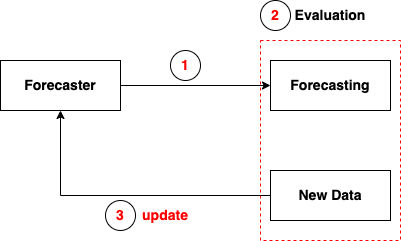
Before: DS/time_series/sktime/img/Forecasting_8.png, a diagram exported from draw.io (lin-chen-DLA/lin-chen-DLA.github.io). Source tidied: cells renumbered, new cells last; positions are measured from the earlier drawing's top-left corner, leaving out a move shared by most shapes. The source it was exported from:
```xml
<mxGraphModel>
  <root>
    <mxCell id="0" />
    <mxCell id="1" parent="0" />
    <mxCell id="2" value="&lt;font color=&quot;#ff0000&quot; style=&quot;font-size: 14px;&quot;&gt;&lt;b&gt;update&lt;/b&gt;&lt;/font&gt;" style="text;html=1;strokeColor=none;fillColor=none;align=center;verticalAlign=middle;whiteSpace=wrap;rounded=0;" parent="1" vertex="1">
      <mxGeometry x="135" y="200" width="60" height="30" as="geometry" />
    </mxCell>
    <mxCell id="3" style="edgeStyle=orthogonalEdgeStyle;rounded=0;jettySize=auto;html=1;entryX=0;entryY=0.5;entryDx=0;entryDy=0;" parent="1" edge="1" source="4" target="5">
      <mxGeometry relative="1" as="geometry" />
    </mxCell>
    <mxCell id="4" value="&lt;b style=&quot;border-color: var(--border-color); font-size: 14px;&quot;&gt;Forecaster&lt;/b&gt;" style="rounded=0;whiteSpace=wrap;html=1;" parent="1" vertex="1">
      <mxGeometry y="60" width="120" height="50" as="geometry" />
    </mxCell>
    <mxCell id="5" value="&lt;b style=&quot;border-color: var(--border-color); font-size: 14px;&quot;&gt;Forecasting&lt;/b&gt;" style="rounded=0;whiteSpace=wrap;html=1;" parent="1" vertex="1">
      <mxGeometry x="270" y="60" width="120" height="50" as="geometry" />
    </mxCell>
    <mxCell id="6" style="edgeStyle=orthogonalEdgeStyle;rounded=0;jettySize=auto;html=1;" parent="1" edge="1" source="7" target="4">
      <mxGeometry relative="1" as="geometry" />
    </mxCell>
    <mxCell id="7" value="&lt;b style=&quot;border-color: var(--border-color); font-size: 14px;&quot;&gt;New Data&lt;/b&gt;" style="rounded=0;whiteSpace=wrap;html=1;" parent="1" vertex="1">
      <mxGeometry x="270" y="170" width="120" height="50" as="geometry" />
    </mxCell>
    <mxCell id="8" style="rounded=0;whiteSpace=wrap;html=1;fillColor=none;dashed=1;strokeColor=#FF0000;" parent="1" vertex="1">
      <mxGeometry x="260" y="40" width="140" height="200" as="geometry" />
    </mxCell>
    <mxCell id="9" value="&lt;font style=&quot;font-size: 14px;&quot;&gt;&lt;b&gt;Evaluation&lt;/b&gt;&lt;/font&gt;" style="text;html=1;strokeColor=none;fillColor=none;align=center;verticalAlign=middle;whiteSpace=wrap;rounded=0;" parent="1" vertex="1">
      <mxGeometry x="290" width="80" height="30" as="geometry" />
    </mxCell>
    <mxCell id="10" value="&lt;font color=&quot;#ff0000&quot; style=&quot;font-size: 14px;&quot;&gt;&lt;b&gt;1&lt;/b&gt;&lt;/font&gt;" style="ellipse;whiteSpace=wrap;html=1;" parent="1" vertex="1">
      <mxGeometry x="170" y="50" width="30" height="30" as="geometry" />
    </mxCell>
    <mxCell id="11" value="&lt;font color=&quot;#ff0000&quot;&gt;&lt;span style=&quot;font-size: 14px;&quot;&gt;&lt;b&gt;2&lt;/b&gt;&lt;/span&gt;&lt;/font&gt;" style="ellipse;whiteSpace=wrap;html=1;" parent="1" vertex="1">
      <mxGeometry x="260" width="30" height="30" as="geometry" />
    </mxCell>
    <mxCell id="12" value="&lt;font color=&quot;#ff0000&quot;&gt;&lt;span style=&quot;font-size: 14px;&quot;&gt;&lt;b&gt;3&lt;/b&gt;&lt;/span&gt;&lt;/font&gt;" style="ellipse;whiteSpace=wrap;html=1;" parent="1" vertex="1">
      <mxGeometry x="105" y="200" width="30" height="30" as="geometry" />
    </mxCell>
  </root>
</mxGraphModel>
```
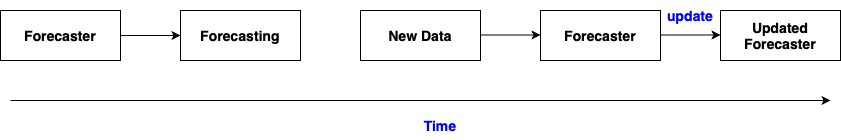
After the commit.

Diff of the diagram source:
```diff
@@ -2,8 +2,8 @@
   <root>
     <mxCell id="0" />
     <mxCell id="1" parent="0" />
-    <mxCell id="2" value="&lt;font color=&quot;#ff0000&quot; style=&quot;font-size: 14px;&quot;&gt;&lt;b&gt;update&lt;/b&gt;&lt;/font&gt;" style="text;html=1;strokeColor=none;fillColor=none;align=center;verticalAlign=middle;whiteSpace=wrap;rounded=0;" parent="1" vertex="1">
-      <mxGeometry x="135" y="200" width="60" height="30" as="geometry" />
+    <mxCell id="2" value="&lt;font color=&quot;#0000ff&quot; style=&quot;font-size: 14px;&quot;&gt;&lt;b&gt;Time&lt;/b&gt;&lt;/font&gt;" style="text;html=1;strokeColor=none;fillColor=none;align=center;verticalAlign=middle;whiteSpace=wrap;rounded=0;" parent="1" vertex="1">
+      <mxGeometry x="410" y="160" width="60" height="30" as="geometry" />
     </mxCell>
     <mxCell id="3" style="edgeStyle=orthogonalEdgeStyle;rounded=0;jettySize=auto;html=1;entryX=0;entryY=0.5;entryDx=0;entryDy=0;" parent="1" edge="1" source="4" target="5">
       <mxGeometry relative="1" as="geometry" />
@@ -12,28 +12,37 @@
       <mxGeometry y="60" width="120" height="50" as="geometry" />
     </mxCell>
     <mxCell id="5" value="&lt;b style=&quot;border-color: var(--border-color); font-size: 14px;&quot;&gt;Forecasting&lt;/b&gt;" style="rounded=0;whiteSpace=wrap;html=1;" parent="1" vertex="1">
-      <mxGeometry x="270" y="60" width="120" height="50" as="geometry" />
+      <mxGeometry x="180" y="60" width="120" height="50" as="geometry" />
     </mxCell>
-    <mxCell id="6" style="edgeStyle=orthogonalEdgeStyle;rounded=0;jettySize=auto;html=1;" parent="1" edge="1" source="7" target="4">
-      <mxGeometry relative="1" as="geometry" />
-    </mxCell>
     <mxCell id="7" value="&lt;b style=&quot;border-color: var(--border-color); font-size: 14px;&quot;&gt;New Data&lt;/b&gt;" style="rounded=0;whiteSpace=wrap;html=1;" parent="1" vertex="1">
-      <mxGeometry x="270" y="170" width="120" height="50" as="geometry" />
+      <mxGeometry x="360" y="60" width="120" height="50" as="geometry" />
     </mxCell>
-    <mxCell id="8" style="rounded=0;whiteSpace=wrap;html=1;fillColor=none;dashed=1;strokeColor=#FF0000;" parent="1" vertex="1">
-      <mxGeometry x="260" y="40" width="140" height="200" as="geometry" />
-    </mxCell>
-    <mxCell id="9" value="&lt;font style=&quot;font-size: 14px;&quot;&gt;&lt;b&gt;Evaluation&lt;/b&gt;&lt;/font&gt;" style="text;html=1;strokeColor=none;fillColor=none;align=center;verticalAlign=middle;whiteSpace=wrap;rounded=0;" parent="1" vertex="1">
-      <mxGeometry x="290" width="80" height="30" as="geometry" />
-    </mxCell>
-    <mxCell id="10" value="&lt;font color=&quot;#ff0000&quot; style=&quot;font-size: 14px;&quot;&gt;&lt;b&gt;1&lt;/b&gt;&lt;/font&gt;" style="ellipse;whiteSpace=wrap;html=1;" parent="1" vertex="1">
-      <mxGeometry x="170" y="50" width="30" height="30" as="geometry" />
-    </mxCell>
-    <mxCell id="11" value="&lt;font color=&quot;#ff0000&quot;&gt;&lt;span style=&quot;font-size: 14px;&quot;&gt;&lt;b&gt;2&lt;/b&gt;&lt;/span&gt;&lt;/font&gt;" style="ellipse;whiteSpace=wrap;html=1;" parent="1" vertex="1">
-      <mxGeometry x="260" width="30" height="30" as="geometry" />
-    </mxCell>
-    <mxCell id="12" value="&lt;font color=&quot;#ff0000&quot;&gt;&lt;span style=&quot;font-size: 14px;&quot;&gt;&lt;b&gt;3&lt;/b&gt;&lt;/span&gt;&lt;/font&gt;" style="ellipse;whiteSpace=wrap;html=1;" parent="1" vertex="1">
-      <mxGeometry x="105" y="200" width="30" height="30" as="geometry" />
-    </mxCell>
+    <mxCell id="13" style="edgeStyle=orthogonalEdgeStyle;rounded=0;orthogonalLoop=1;jettySize=auto;html=1;" parent="1" edge="1">
+      <mxGeometry relative="1" as="geometry">
+        <mxPoint x="10" y="150" as="sourcePoint" />
+        <mxPoint x="830" y="150" as="targetPoint" />
+      </mxGeometry>
+    </mxCell>
+    <mxCell id="14" value="&lt;b style=&quot;border-color: var(--border-color); font-size: 14px;&quot;&gt;Forecaster&lt;/b&gt;" style="rounded=0;whiteSpace=wrap;html=1;" parent="1" vertex="1">
+      <mxGeometry x="540" y="60" width="120" height="50" as="geometry" />
+    </mxCell>
+    <mxCell id="15" style="edgeStyle=orthogonalEdgeStyle;rounded=0;orthogonalLoop=1;jettySize=auto;html=1;entryX=0;entryY=0.5;entryDx=0;entryDy=0;" parent="1" edge="1">
+      <mxGeometry relative="1" as="geometry">
+        <mxPoint x="480" y="84.5" as="sourcePoint" />
+        <mxPoint x="540" y="84.5" as="targetPoint" />
+      </mxGeometry>
+    </mxCell>
+    <mxCell id="16" value="&lt;font color=&quot;#0000ff&quot; style=&quot;font-size: 14px;&quot;&gt;&lt;b&gt;update&lt;/b&gt;&lt;/font&gt;" style="text;html=1;strokeColor=none;fillColor=none;align=center;verticalAlign=middle;whiteSpace=wrap;rounded=0;" parent="1" vertex="1">
+      <mxGeometry x="660" y="50" width="60" height="30" as="geometry" />
+    </mxCell>
+    <mxCell id="17" value="&lt;b style=&quot;border-color: var(--border-color); font-size: 14px;&quot;&gt;Updated Forecaster&lt;/b&gt;" style="rounded=0;whiteSpace=wrap;html=1;" parent="1" vertex="1">
+      <mxGeometry x="720" y="60" width="120" height="50" as="geometry" />
+    </mxCell>
+    <mxCell id="18" style="edgeStyle=orthogonalEdgeStyle;rounded=0;orthogonalLoop=1;jettySize=auto;html=1;entryX=0;entryY=0.5;entryDx=0;entryDy=0;" parent="1" edge="1">
+      <mxGeometry relative="1" as="geometry">
+        <mxPoint x="660" y="84.5" as="sourcePoint" />
+        <mxPoint x="720" y="84.5" as="targetPoint" />
+      </mxGeometry>
+    </mxCell>
   </root>
 </mxGraphModel>
```
